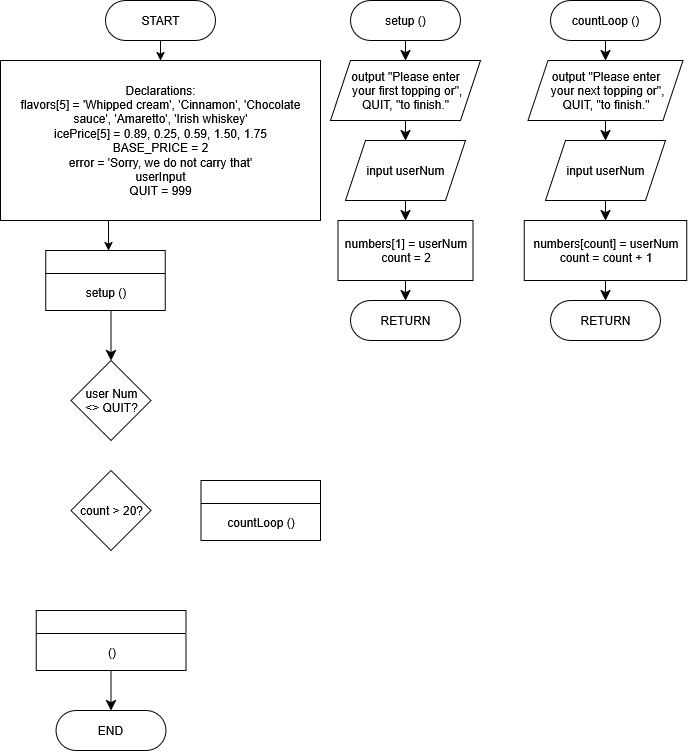
Before: Module 7 - Arrays Exercise 2 - Connor Bowles.drawio.png, a diagram exported from draw.io (CBowles10/SDEV_120_FALL2025_CBOWLES). Source tidied: cells renumbered, new cells last; positions are measured from the earlier drawing's top-left corner, leaving out a move shared by most shapes.
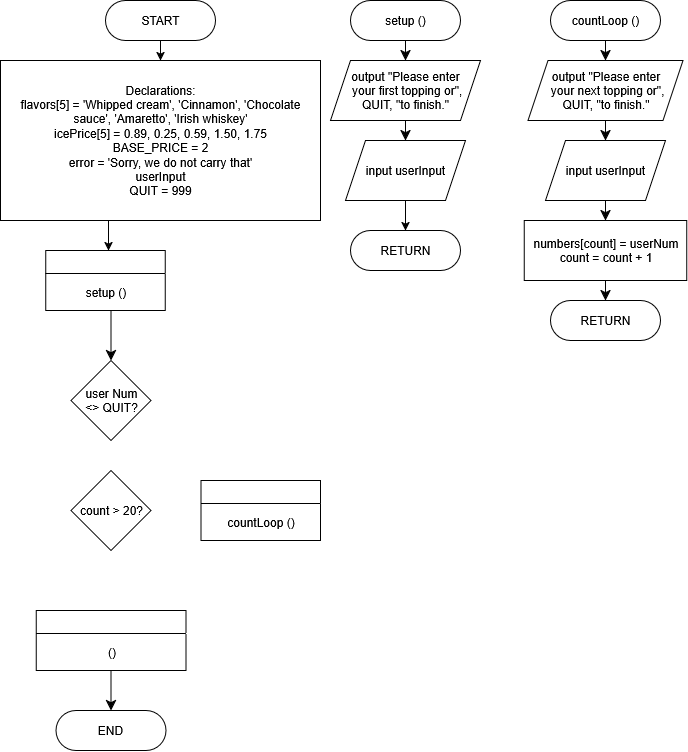
The same diagram one commit later.

Change to the diagram source:
```diff
@@ -64,21 +64,15 @@
     <mxCell id="20" value="output &quot;Please enter&lt;br&gt;&amp;nbsp;your first topping or&quot;,&lt;br&gt;QUIT, &quot;to finish.&quot;" style="shape=parallelogram;perimeter=parallelogramPerimeter;whiteSpace=wrap;html=1;fixedSize=1;" parent="1" vertex="1">
       <mxGeometry x="330" y="60" width="150" height="60" as="geometry" />
     </mxCell>
-    <mxCell id="21" style="edgeStyle=none;curved=1;rounded=0;jettySize=auto;html=1;exitX=0.5;exitY=1;exitDx=0;exitDy=0;fontSize=12;startSize=8;endSize=8;" parent="1" edge="1" source="22" target="25">
-      <mxGeometry relative="1" as="geometry" />
-    </mxCell>
+    <mxCell id="36" style="edgeStyle=orthogonalEdgeStyle;rounded=0;jettySize=auto;html=1;exitX=0.5;exitY=1;exitDx=0;exitDy=0;entryX=0.5;entryY=0;entryDx=0;entryDy=0;" parent="1" edge="1" source="22" target="23">
+      <mxGeometry relative="1" as="geometry" />
+    </mxCell>
-    <mxCell id="22" value="input userNum" style="shape=parallelogram;perimeter=parallelogramPerimeter;whiteSpace=wrap;html=1;fixedSize=1;" parent="1" vertex="1">
+    <mxCell id="22" value="input userInput" style="shape=parallelogram;perimeter=parallelogramPerimeter;whiteSpace=wrap;html=1;fixedSize=1;" parent="1" vertex="1">
       <mxGeometry x="345" y="140" width="120" height="60" as="geometry" />
     </mxCell>
     <mxCell id="23" value="RETURN" style="rounded=1;whiteSpace=wrap;html=1;arcSize=50;" parent="1" vertex="1">
-      <mxGeometry x="350" y="300" width="110" height="40" as="geometry" />
+      <mxGeometry x="350" y="230" width="110" height="40" as="geometry" />
     </mxCell>
-    <mxCell id="24" style="edgeStyle=none;curved=1;rounded=0;jettySize=auto;html=1;exitX=0.5;exitY=1;exitDx=0;exitDy=0;entryX=0.5;entryY=0;entryDx=0;entryDy=0;fontSize=12;startSize=8;endSize=8;" parent="1" edge="1" source="25" target="23">
-      <mxGeometry relative="1" as="geometry" />
-    </mxCell>
-    <mxCell id="25" value="numbers[1] = userNum&lt;br&gt;count = 2" style="rounded=0;whiteSpace=wrap;html=1;" parent="1" vertex="1">
-      <mxGeometry x="337.5" y="220" width="135" height="60" as="geometry" />
-    </mxCell>
     <mxCell id="26" style="edgeStyle=none;curved=1;rounded=0;jettySize=auto;html=1;exitX=0.5;exitY=1;exitDx=0;exitDy=0;entryX=0.5;entryY=0;entryDx=0;entryDy=0;fontSize=12;startSize=8;endSize=8;" parent="1" edge="1" source="27" target="29">
       <mxGeometry relative="1" as="geometry" />
     </mxCell>
@@ -94,7 +88,7 @@
     <mxCell id="30" style="edgeStyle=none;curved=1;rounded=0;jettySize=auto;html=1;exitX=0.5;exitY=1;exitDx=0;exitDy=0;entryX=0.5;entryY=0;entryDx=0;entryDy=0;fontSize=12;startSize=8;endSize=8;" parent="1" edge="1" source="31" target="33">
       <mxGeometry relative="1" as="geometry" />
     </mxCell>
-    <mxCell id="31" value="input userNum" style="shape=parallelogram;perimeter=parallelogramPerimeter;whiteSpace=wrap;html=1;fixedSize=1;" parent="1" vertex="1">
+    <mxCell id="31" value="input userInput" style="shape=parallelogram;perimeter=parallelogramPerimeter;whiteSpace=wrap;html=1;fixedSize=1;" parent="1" vertex="1">
       <mxGeometry x="545" y="140" width="120" height="60" as="geometry" />
     </mxCell>
     <mxCell id="32" style="edgeStyle=none;curved=1;rounded=0;jettySize=auto;html=1;exitX=0.5;exitY=1;exitDx=0;exitDy=0;entryX=0.5;entryY=0;entryDx=0;entryDy=0;fontSize=12;startSize=8;endSize=8;" parent="1" edge="1" source="33" target="35">
```
